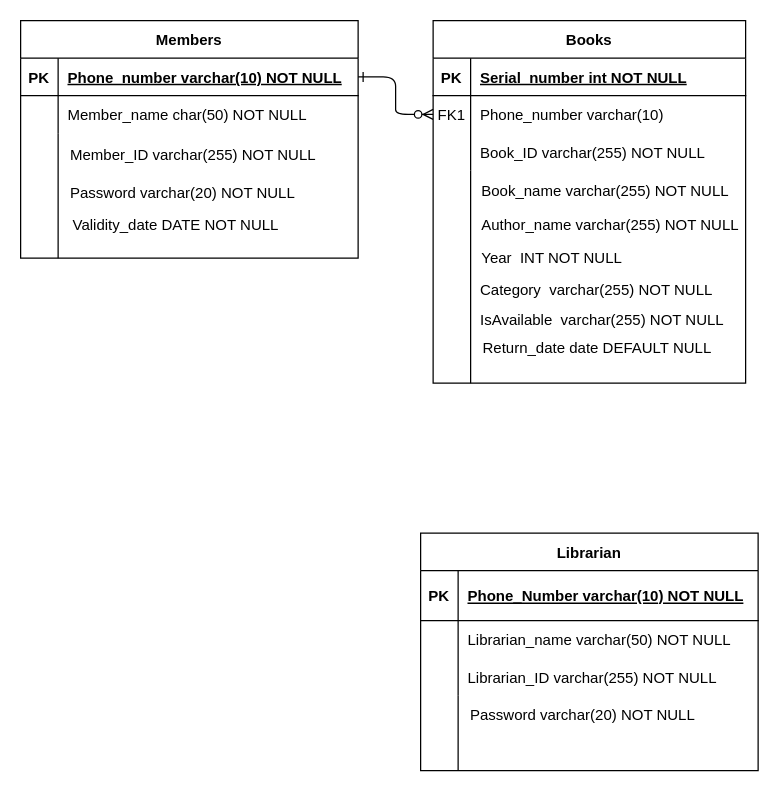
This is src/com/library/Untitled Diagram.drawio from Sankaranarayanan-suresh/Library, a draw.io file, before an edit. Source tidied: cells renumbered, new cells numbered last; positions are measured from the earlier drawing's top-left corner, leaving out a move shared by most shapes. Both pictures are drawn from the tidied source at 125%, with x=0, y=0 at pixel (20, 20).
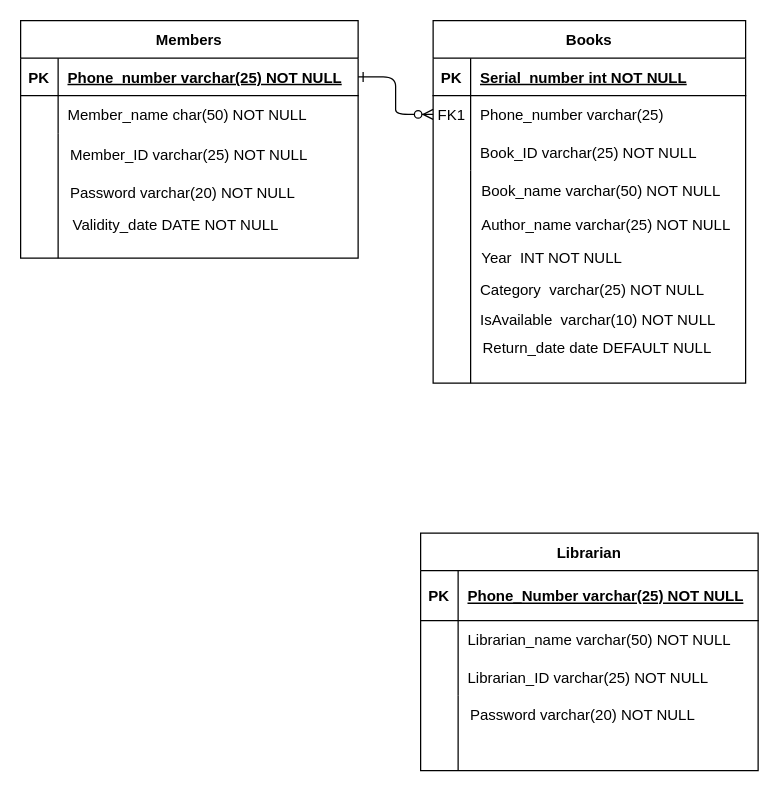
Above is the later version.

The change refers to these unchanged cells:
```xml
<mxCell id="7" style="shape=partialRectangle;fillColor=none;points=[[0,0.5],[1,0.5]];portConstraint=eastwest;top=0;left=0;right=0;bottom=0;" parent="3" vertex="1">
  <mxGeometry y="60" width="250" height="30" as="geometry" />
</mxCell>
<mxCell id="10" style="shape=partialRectangle;fillColor=none;top=0;left=0;right=0;bottom=0;" parent="3" vertex="1">
  <mxGeometry y="90" width="250" height="30" as="geometry" />
</mxCell>
<mxCell id="14" style="shape=partialRectangle;fillColor=none;top=0;left=0;right=0;bottom=1;" parent="13" vertex="1">
  <mxGeometry y="30" width="270" height="40" as="geometry" />
</mxCell>
<mxCell id="20" style="shape=partialRectangle;fillColor=none;top=0;left=0;right=0;bottom=0;" parent="13" vertex="1">
  <mxGeometry y="100" width="270" height="30" as="geometry" />
</mxCell>
<mxCell id="24" style="shape=partialRectangle;fillColor=none;points=[[0,0.5],[1,0.5]];portConstraint=eastwest;top=0;left=0;right=0;bottom=1;" parent="23" vertex="1">
  <mxGeometry y="30" width="270" height="30" as="geometry" />
</mxCell>
```

Diff of the diagram source:
```diff
@@
-    <mxCell id="9" value="Phone_number varchar(10)" style="shape=partialRectangle;overflow=hidden;fillColor=none;top=0;left=0;bottom=0;right=0;align=left;spacingLeft=6;" parent="7" vertex="1">
+    <mxCell id="9" value="Phone_number varchar(25)" style="shape=partialRectangle;overflow=hidden;fillColor=none;top=0;left=0;bottom=0;right=0;align=left;spacingLeft=6;" parent="7" vertex="1">
       <mxGeometry x="30" width="220" height="30" as="geometry" />
     </mxCell>
@@
-    <mxCell id="12" value="Book_ID varchar(255) NOT NULL" style="shape=partialRectangle;overflow=hidden;fillColor=none;top=0;left=0;bottom=0;right=0;align=left;spacingLeft=6;" parent="10" vertex="1">
+    <mxCell id="12" value="Book_ID varchar(25) NOT NULL" style="shape=partialRectangle;overflow=hidden;fillColor=none;top=0;left=0;bottom=0;right=0;align=left;spacingLeft=6;" parent="10" vertex="1">
       <mxGeometry x="30" width="220" height="30" as="geometry" />
     </mxCell>
@@
-    <mxCell id="16" value="Phone_Number varchar(10) NOT NULL " style="shape=partialRectangle;overflow=hidden;fillColor=none;top=0;left=0;bottom=0;right=0;align=left;spacingLeft=6;fontStyle=5;" parent="14" vertex="1">
+    <mxCell id="16" value="Phone_Number varchar(25) NOT NULL " style="shape=partialRectangle;overflow=hidden;fillColor=none;top=0;left=0;bottom=0;right=0;align=left;spacingLeft=6;fontStyle=5;" parent="14" vertex="1">
       <mxGeometry x="30" width="240" height="40" as="geometry" />
     </mxCell>
@@
-    <mxCell id="22" value="Librarian_ID varchar(255) NOT NULL" style="shape=partialRectangle;overflow=hidden;fillColor=none;top=0;left=0;bottom=0;right=0;align=left;spacingLeft=6;" parent="20" vertex="1">
+    <mxCell id="22" value="Librarian_ID varchar(25) NOT NULL" style="shape=partialRectangle;overflow=hidden;fillColor=none;top=0;left=0;bottom=0;right=0;align=left;spacingLeft=6;" parent="20" vertex="1">
       <mxGeometry x="30" width="240" height="30" as="geometry" />
     </mxCell>
@@
-    <mxCell id="26" value="Phone_number varchar(10) NOT NULL " style="shape=partialRectangle;overflow=hidden;fillColor=none;top=0;left=0;bottom=0;right=0;align=left;spacingLeft=6;fontStyle=5;" parent="24" vertex="1">
+    <mxCell id="26" value="Phone_number varchar(25) NOT NULL " style="shape=partialRectangle;overflow=hidden;fillColor=none;top=0;left=0;bottom=0;right=0;align=left;spacingLeft=6;fontStyle=5;" parent="24" vertex="1">
       <mxGeometry x="30" width="240" height="30" as="geometry" />
     </mxCell>
@@
-    <mxCell id="31" value="Member_ID varchar(255) NOT NULL" style="shape=partialRectangle;overflow=hidden;fillColor=none;top=0;left=0;bottom=0;right=0;align=left;spacingLeft=6;" parent="1" vertex="1">
+    <mxCell id="31" value="Member_ID varchar(25) NOT NULL" style="shape=partialRectangle;overflow=hidden;fillColor=none;top=0;left=0;bottom=0;right=0;align=left;spacingLeft=6;" parent="1" vertex="1">
       <mxGeometry x="32" y="92" width="240" height="30" as="geometry" />
     </mxCell>
@@
-    <mxCell id="35" value="Book_name varchar(255) NOT NULL" style="shape=partialRectangle;overflow=hidden;fillColor=none;top=0;left=0;bottom=0;right=0;align=left;spacingLeft=6;" parent="1" vertex="1">
+    <mxCell id="35" value="Book_name varchar(50) NOT NULL" style="shape=partialRectangle;overflow=hidden;fillColor=none;top=0;left=0;bottom=0;right=0;align=left;spacingLeft=6;" parent="1" vertex="1">
       <mxGeometry x="361" y="121" width="220" height="30" as="geometry" />
     </mxCell>
-    <mxCell id="36" value="Author_name varchar(255) NOT NULL" style="shape=partialRectangle;overflow=hidden;fillColor=none;top=0;left=0;bottom=0;right=0;align=left;spacingLeft=6;" parent="1" vertex="1">
+    <mxCell id="36" value="Author_name varchar(25) NOT NULL" style="shape=partialRectangle;overflow=hidden;fillColor=none;top=0;left=0;bottom=0;right=0;align=left;spacingLeft=6;" parent="1" vertex="1">
       <mxGeometry x="361" y="148" width="220" height="30" as="geometry" />
     </mxCell>
@@
-    <mxCell id="38" value="Category  varchar(255) NOT NULL" style="shape=partialRectangle;overflow=hidden;fillColor=none;top=0;left=0;bottom=0;right=0;align=left;spacingLeft=6;" parent="1" vertex="1">
+    <mxCell id="38" value="Category  varchar(25) NOT NULL" style="shape=partialRectangle;overflow=hidden;fillColor=none;top=0;left=0;bottom=0;right=0;align=left;spacingLeft=6;" parent="1" vertex="1">
       <mxGeometry x="360" y="200" width="220" height="30" as="geometry" />
     </mxCell>
-    <mxCell id="39" value="IsAvailable  varchar(255) NOT NULL" style="shape=partialRectangle;overflow=hidden;fillColor=none;top=0;left=0;bottom=0;right=0;align=left;spacingLeft=6;" parent="1" vertex="1">
+    <mxCell id="39" value="IsAvailable  varchar(10) NOT NULL" style="shape=partialRectangle;overflow=hidden;fillColor=none;top=0;left=0;bottom=0;right=0;align=left;spacingLeft=6;" parent="1" vertex="1">
       <mxGeometry x="360" y="224" width="220" height="30" as="geometry" />
     </mxCell>
```
